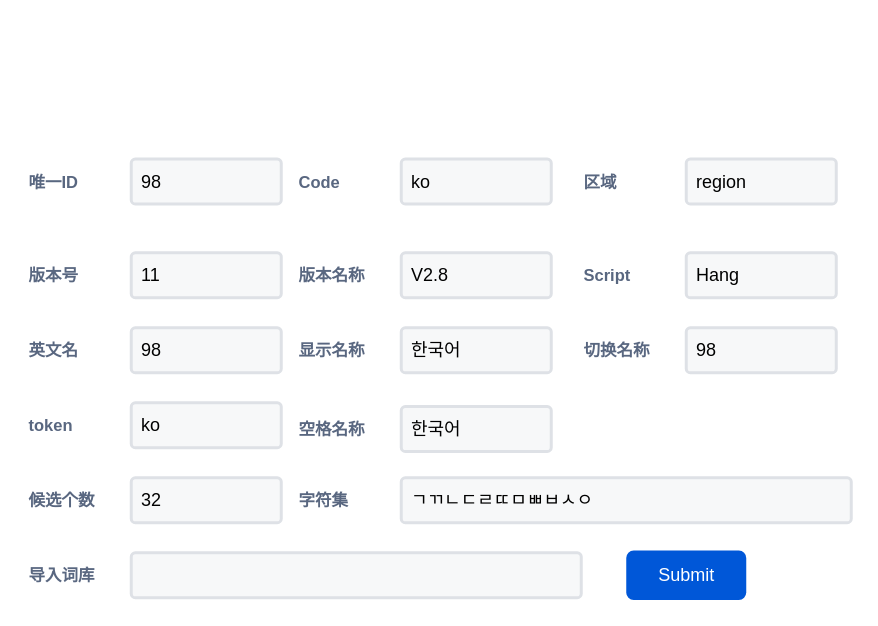
chonglv/charts keeps this draw.io diagram as drawio/语言基本信息.drawio. Above is the earlier version. Source tidied: cells renumbered, new cells numbered last; positions are measured from the earlier drawing's top-left corner, leaving out a move shared by most shapes. Both pictures are drawn from the tidied source at 150%, with x=0, y=0 at pixel (26, 159).
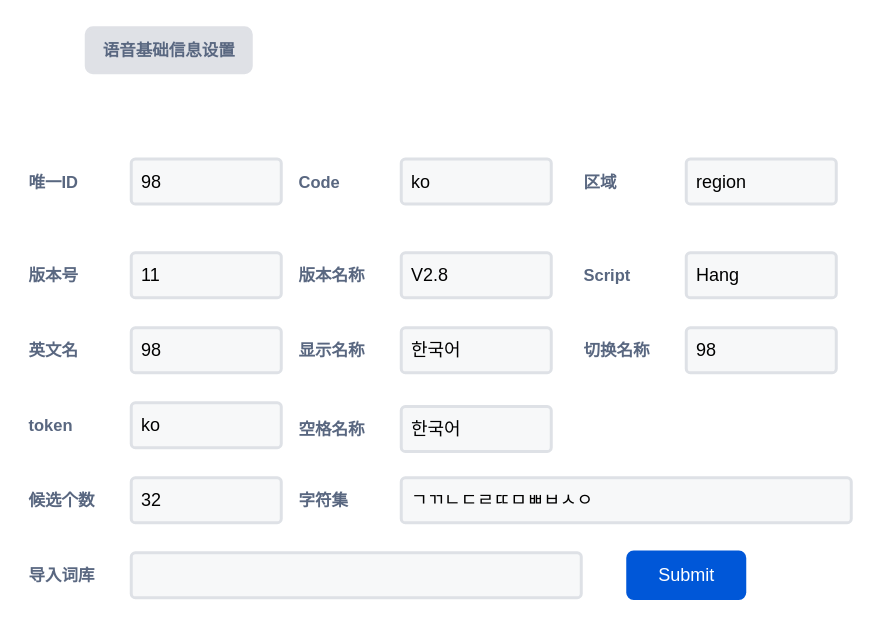
Above is the later version.

Commit message:
更新语言基本信息.drawio

The edit, as a diff of the source:
```diff
@@
+    <mxCell id="31" value="&lt;span style=&quot;color: rgb(89 , 103 , 128) ; font-size: 11px ; text-align: left&quot;&gt;语音基础信息设置&lt;/span&gt;" style="dashed=0;html=1;rounded=1;fillColor=#DFE1E6;strokeColor=#DFE1E6;fontSize=12;align=center;fontStyle=1;strokeWidth=2;fontColor=#42526E;" parent="1" vertex="1">
+      <mxGeometry x="40" y="-88" width="110" height="30" as="geometry" />
+    </mxCell>
```
